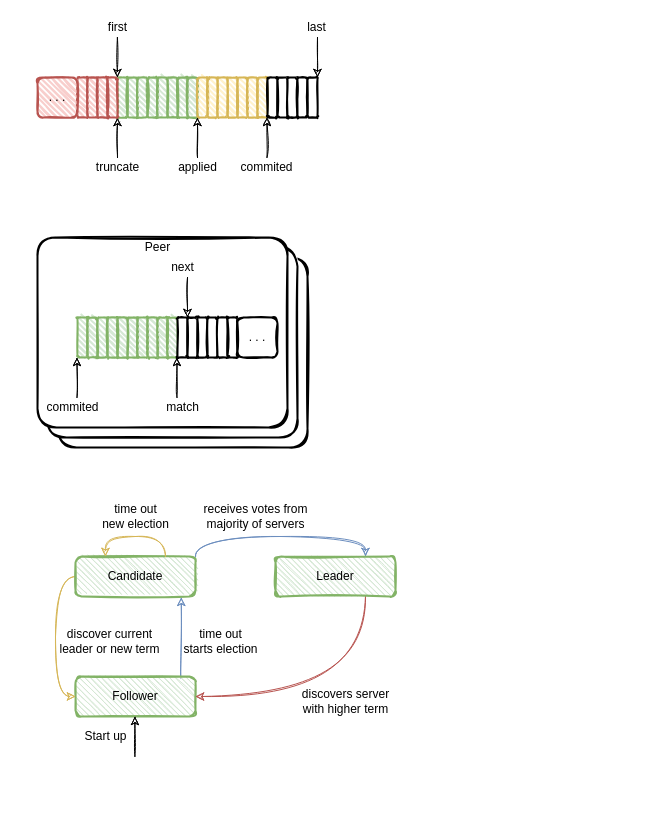
Earlier version of the draw.io diagram consensus/raft.drawio (EarthWind/deeparch). Source tidied: cells renumbered, new cells numbered last; positions are measured from the earlier drawing's top-left corner, leaving out a move shared by most shapes. Both pictures are drawn from the tidied source at 100%, with x=0, y=0 at pixel (37, 17).
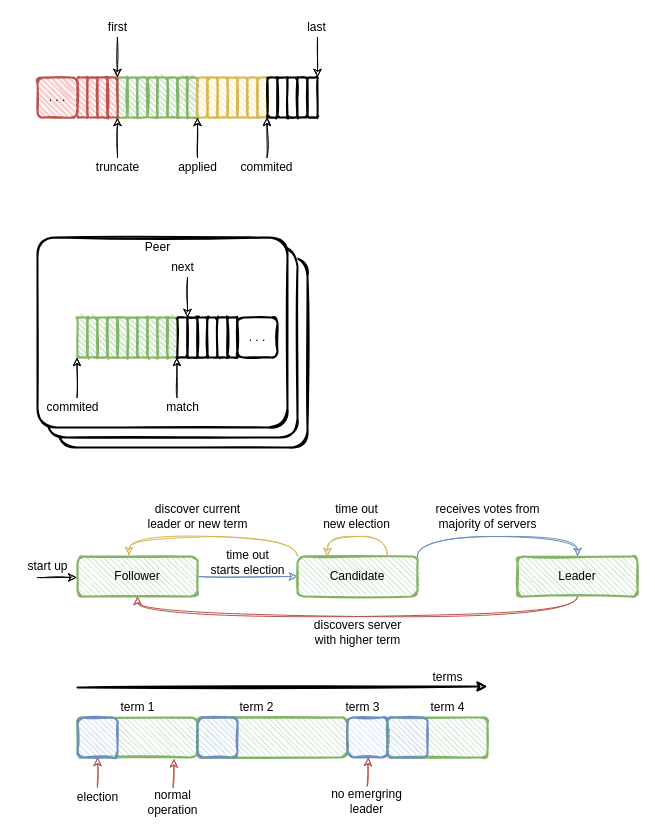
The same page after the edit.

Diff of the diagram source:
```diff
@@
+    <mxCell id="79" style="rounded=1;whiteSpace=wrap;html=1;strokeWidth=2;fillWeight=1;hachureGap=4;hachureAngle=45;fillColor=#d5e8d4;sketch=1;fontSize=12;strokeColor=#82b366;" parent="1" vertex="1">
+      <mxGeometry x="40" y="700" width="120" height="40" as="geometry" />
+    </mxCell>
@@
-    <mxCell id="64" style="rounded=0;sketch=1;jettySize=auto;html=1;entryX=0.882;entryY=1.021;entryDx=0;entryDy=0;fontSize=12;startArrow=none;startFill=0;endArrow=classic;endFill=1;entryPerimeter=0;exitX=0.877;exitY=0.036;exitDx=0;exitDy=0;exitPerimeter=0;fillColor=#dae8fc;strokeColor=#6c8ebf;" parent="1" edge="1" source="65" target="68">
+    <mxCell id="64" style="rounded=0;sketch=1;jettySize=auto;html=1;fontSize=12;startArrow=none;startFill=0;endArrow=classic;endFill=1;exitX=1;exitY=0.5;exitDx=0;exitDy=0;fillColor=#dae8fc;strokeColor=#6c8ebf;entryX=0;entryY=0.5;entryDx=0;entryDy=0;" parent="1" edge="1" source="65" target="68">
       <mxGeometry relative="1" as="geometry" />
     </mxCell>
     <mxCell id="65" value="Follower" style="rounded=1;whiteSpace=wrap;html=1;strokeWidth=2;fillWeight=1;hachureGap=4;hachureAngle=45;fillColor=#d5e8d4;sketch=1;fontSize=12;strokeColor=#82b366;" parent="1" vertex="1">
-      <mxGeometry x="38" y="659" width="120" height="40" as="geometry" />
+      <mxGeometry x="40" y="539" width="120" height="40" as="geometry" />
     </mxCell>
-    <mxCell id="66" style="edgeStyle=orthogonalEdgeStyle;curved=1;rounded=0;sketch=1;jettySize=auto;html=1;entryX=0;entryY=0.5;entryDx=0;entryDy=0;fontSize=12;startArrow=none;startFill=0;endArrow=classic;endFill=1;exitX=0;exitY=0.5;exitDx=0;exitDy=0;fillColor=#fff2cc;strokeColor=#d6b656;" parent="1" edge="1" source="68" target="65">
+    <mxCell id="66" style="edgeStyle=orthogonalEdgeStyle;curved=1;rounded=0;sketch=1;jettySize=auto;html=1;entryX=0.43;entryY=-0.025;entryDx=0;entryDy=0;fontSize=12;startArrow=none;startFill=0;endArrow=classic;endFill=1;exitX=0;exitY=0;exitDx=0;exitDy=0;fillColor=#fff2cc;strokeColor=#d6b656;entryPerimeter=0;" parent="1" edge="1" source="68" target="65">
       <mxGeometry relative="1" as="geometry" />
     </mxCell>
-    <mxCell id="67" style="edgeStyle=orthogonalEdgeStyle;curved=1;rounded=0;sketch=1;jettySize=auto;html=1;entryX=0.75;entryY=0;entryDx=0;entryDy=0;fontSize=12;startArrow=none;startFill=0;endArrow=classic;endFill=1;exitX=1;exitY=0;exitDx=0;exitDy=0;fillColor=#dae8fc;strokeColor=#6c8ebf;" parent="1" edge="1" source="68" target="70">
+    <mxCell id="67" style="edgeStyle=orthogonalEdgeStyle;curved=1;rounded=0;sketch=1;jettySize=auto;html=1;entryX=0.5;entryY=0;entryDx=0;entryDy=0;fontSize=12;startArrow=none;startFill=0;endArrow=classic;endFill=1;exitX=1;exitY=0;exitDx=0;exitDy=0;fillColor=#dae8fc;strokeColor=#6c8ebf;" parent="1" edge="1" source="68" target="70">
       <mxGeometry relative="1" as="geometry" />
     </mxCell>
     <mxCell id="68" value="Candidate" style="rounded=1;whiteSpace=wrap;html=1;strokeWidth=2;fillWeight=1;hachureGap=4;hachureAngle=45;fillColor=#d5e8d4;sketch=1;fontSize=12;strokeColor=#82b366;" parent="1" vertex="1">
-      <mxGeometry x="38" y="539" width="120" height="40" as="geometry" />
+      <mxGeometry x="260" y="539" width="120" height="40" as="geometry" />
     </mxCell>
-    <mxCell id="69" style="edgeStyle=orthogonalEdgeStyle;curved=1;rounded=0;sketch=1;jettySize=auto;html=1;entryX=1;entryY=0.5;entryDx=0;entryDy=0;fontSize=12;startArrow=none;startFill=0;endArrow=classic;endFill=1;exitX=0.75;exitY=1;exitDx=0;exitDy=0;fillColor=#f8cecc;strokeColor=#b85450;" parent="1" edge="1" source="70" target="65">
+    <mxCell id="69" style="edgeStyle=orthogonalEdgeStyle;curved=1;rounded=0;sketch=1;jettySize=auto;html=1;entryX=0.5;entryY=1;entryDx=0;entryDy=0;fontSize=12;startArrow=none;startFill=0;endArrow=classic;endFill=1;exitX=0.5;exitY=1;exitDx=0;exitDy=0;fillColor=#f8cecc;strokeColor=#b85450;" parent="1" edge="1" source="70" target="65">
       <mxGeometry relative="1" as="geometry" />
     </mxCell>
     <mxCell id="70" value="Leader" style="rounded=1;whiteSpace=wrap;html=1;strokeWidth=2;fillWeight=1;hachureGap=4;hachureAngle=45;fillColor=#d5e8d4;sketch=1;fontSize=12;strokeColor=#82b366;" parent="1" vertex="1">
-      <mxGeometry x="238" y="539" width="120" height="40" as="geometry" />
+      <mxGeometry x="480" y="539" width="120" height="40" as="geometry" />
     </mxCell>
     <mxCell id="71" style="endArrow=classic;html=1;fontSize=12;sketch=1;" parent="1" edge="1">
       <mxGeometry relative="1" as="geometry">
-        <mxPoint x="97.4" y="739" as="sourcePoint" />
-        <mxPoint x="97.4" y="699" as="targetPoint" />
+        <mxPoint y="560" as="sourcePoint" />
+        <mxPoint x="39.4" y="560" as="targetPoint" />
       </mxGeometry>
     </mxCell>
-    <mxCell id="72" value="Start up" style="text;html=1;align=center;verticalAlign=middle;strokeColor=none;fillColor=none;fontSize=12;" parent="1" vertex="1">
-      <mxGeometry x="38" y="709" width="60" height="20" as="geometry" />
+    <mxCell id="72" value="start up" style="text;html=1;align=center;verticalAlign=middle;strokeColor=none;fillColor=none;fontSize=12;" parent="1" vertex="1">
+      <mxGeometry x="-20" y="539" width="60" height="20" as="geometry" />
     </mxCell>
     <mxCell id="73" value="time out&lt;br&gt;starts election" style="text;html=1;align=center;verticalAlign=middle;strokeColor=none;fillColor=none;fontSize=12;" parent="1" vertex="1">
-      <mxGeometry x="138" y="609" width="90" height="30" as="geometry" />
+      <mxGeometry x="165" y="530" width="90" height="30" as="geometry" />
     </mxCell>
     <mxCell id="74" value="discover current&lt;br&gt;leader or new term" style="text;html=1;align=center;verticalAlign=middle;strokeColor=none;fillColor=none;fontSize=12;" parent="1" vertex="1">
-      <mxGeometry x="12" y="609" width="120" height="30" as="geometry" />
+      <mxGeometry x="100" y="484" width="120" height="30" as="geometry" />
     </mxCell>
     <mxCell id="75" style="rounded=0;sketch=1;orthogonalLoop=1;jettySize=auto;html=1;entryX=0.75;entryY=0;entryDx=0;entryDy=0;fontSize=12;startArrow=classic;startFill=1;endArrow=none;endFill=0;exitX=0.25;exitY=0;exitDx=0;exitDy=0;edgeStyle=orthogonalEdgeStyle;elbow=vertical;curved=1;fillColor=#fff2cc;strokeColor=#d6b656;" parent="1" edge="1" source="68" target="68">
       <mxGeometry relative="1" as="geometry">
         <Array as="points">
-          <mxPoint x="68" y="519" />
-          <mxPoint x="128" y="519" />
+          <mxPoint x="290" y="519" />
+          <mxPoint x="350" y="519" />
         </Array>
       </mxGeometry>
     </mxCell>
     <mxCell id="76" value="time out&lt;br&gt;new election" style="text;html=1;align=center;verticalAlign=middle;strokeColor=none;fillColor=none;fontSize=12;" parent="1" vertex="1">
-      <mxGeometry x="58" y="484" width="80" height="30" as="geometry" />
+      <mxGeometry x="279" y="484" width="80" height="30" as="geometry" />
     </mxCell>
     <mxCell id="77" value="receives votes from&lt;br&gt;majority of servers" style="text;html=1;align=center;verticalAlign=middle;strokeColor=none;fillColor=none;fontSize=12;" parent="1" vertex="1">
-      <mxGeometry x="158" y="484" width="120" height="30" as="geometry" />
+      <mxGeometry x="390" y="484" width="120" height="30" as="geometry" />
     </mxCell>
     <mxCell id="78" value="discovers server&lt;br&gt;with higher term" style="text;html=1;align=center;verticalAlign=middle;strokeColor=none;fillColor=none;fontSize=12;" parent="1" vertex="1">
-      <mxGeometry x="258" y="669" width="100" height="30" as="geometry" />
+      <mxGeometry x="270" y="600" width="100" height="30" as="geometry" />
     </mxCell>
+    <mxCell id="80" style="rounded=1;whiteSpace=wrap;html=1;strokeWidth=2;fillWeight=1;hachureGap=4;hachureAngle=45;fillColor=#dae8fc;sketch=1;fontSize=12;strokeColor=#6c8ebf;" parent="1" vertex="1">
+      <mxGeometry x="40" y="700" width="40" height="40" as="geometry" />
+    </mxCell>
+    <mxCell id="81" value="term 1" style="text;html=1;align=center;verticalAlign=middle;strokeColor=none;fillColor=none;fontSize=12;" parent="1" vertex="1">
+      <mxGeometry x="75" y="680" width="50" height="20" as="geometry" />
+    </mxCell>
+    <mxCell id="82" style="edgeStyle=none;rounded=0;sketch=1;jettySize=auto;html=1;entryX=0.5;entryY=1;entryDx=0;entryDy=0;fontSize=12;startArrow=none;startFill=0;endArrow=classic;endFill=1;fillColor=#f8cecc;strokeColor=#b85450;" parent="1" edge="1" source="83" target="80">
+      <mxGeometry relative="1" as="geometry" />
+    </mxCell>
+    <mxCell id="83" value="election" style="text;html=1;align=center;verticalAlign=middle;points=[];strokeColor=none;fillColor=none;fontSize=12;" parent="1" vertex="1">
+      <mxGeometry x="30" y="770" width="60" height="20" as="geometry" />
+    </mxCell>
+    <mxCell id="84" style="edgeStyle=none;rounded=0;sketch=1;jettySize=auto;html=1;entryX=0.806;entryY=1.036;entryDx=0;entryDy=0;entryPerimeter=0;fontSize=12;startArrow=none;startFill=0;endArrow=classic;endFill=1;fillColor=#f8cecc;strokeColor=#b85450;" parent="1" edge="1" source="85" target="79">
+      <mxGeometry relative="1" as="geometry" />
+    </mxCell>
+    <mxCell id="85" value="normal&lt;br&gt;operation" style="text;html=1;align=center;verticalAlign=middle;points=[];strokeColor=none;fillColor=none;fontSize=12;" parent="1" vertex="1">
+      <mxGeometry x="100" y="770" width="70" height="30" as="geometry" />
+    </mxCell>
+    <mxCell id="86" style="rounded=1;whiteSpace=wrap;html=1;strokeWidth=2;fillWeight=1;hachureGap=4;hachureAngle=45;fillColor=#d5e8d4;sketch=1;fontSize=12;strokeColor=#82b366;" parent="1" vertex="1">
+      <mxGeometry x="160" y="700" width="150" height="40" as="geometry" />
+    </mxCell>
+    <mxCell id="87" style="rounded=1;whiteSpace=wrap;html=1;strokeWidth=2;fillWeight=1;hachureGap=4;hachureAngle=45;fillColor=#dae8fc;sketch=1;fontSize=12;strokeColor=#6c8ebf;" parent="1" vertex="1">
+      <mxGeometry x="160" y="700" width="40" height="40" as="geometry" />
+    </mxCell>
+    <mxCell id="88" value="term 2" style="text;html=1;align=center;verticalAlign=middle;strokeColor=none;fillColor=none;fontSize=12;" parent="1" vertex="1">
+      <mxGeometry x="194" y="680" width="50" height="20" as="geometry" />
+    </mxCell>
+    <mxCell id="89" style="rounded=1;whiteSpace=wrap;html=1;strokeWidth=2;fillWeight=1;hachureGap=4;hachureAngle=45;fillColor=#dae8fc;sketch=1;fontSize=12;strokeColor=#6c8ebf;" parent="1" vertex="1">
+      <mxGeometry x="310" y="700" width="40" height="40" as="geometry" />
+    </mxCell>
+    <mxCell id="90" style="rounded=1;whiteSpace=wrap;html=1;strokeWidth=2;fillWeight=1;hachureGap=4;hachureAngle=45;fillColor=#d5e8d4;sketch=1;fontSize=12;strokeColor=#82b366;" parent="1" vertex="1">
+      <mxGeometry x="350" y="700" width="100" height="40" as="geometry" />
+    </mxCell>
+    <mxCell id="91" style="rounded=1;whiteSpace=wrap;html=1;strokeWidth=2;fillWeight=1;hachureGap=4;hachureAngle=45;fillColor=#dae8fc;sketch=1;fontSize=12;strokeColor=#6c8ebf;" parent="1" vertex="1">
+      <mxGeometry x="350" y="700" width="40" height="40" as="geometry" />
+    </mxCell>
+    <mxCell id="92" value="term 4" style="text;html=1;align=center;verticalAlign=middle;strokeColor=none;fillColor=none;fontSize=12;" parent="1" vertex="1">
+      <mxGeometry x="385" y="680" width="50" height="20" as="geometry" />
+    </mxCell>
+    <mxCell id="93" value="term 3" style="text;html=1;align=center;verticalAlign=middle;strokeColor=none;fillColor=none;fontSize=12;" parent="1" vertex="1">
+      <mxGeometry x="300" y="680" width="50" height="20" as="geometry" />
+    </mxCell>
+    <mxCell id="94" style="edgeStyle=none;rounded=0;sketch=1;jettySize=auto;html=1;entryX=0.806;entryY=1.036;entryDx=0;entryDy=0;entryPerimeter=0;fontSize=12;startArrow=none;startFill=0;endArrow=classic;endFill=1;fillColor=#f8cecc;strokeColor=#b85450;" parent="1" edge="1" source="95">
+      <mxGeometry relative="1" as="geometry">
+        <mxPoint x="330.7" y="740" as="targetPoint" />
+      </mxGeometry>
+    </mxCell>
+    <mxCell id="95" value="no emergring&lt;br&gt;leader" style="text;html=1;align=center;verticalAlign=middle;points=[];strokeColor=none;fillColor=none;fontSize=12;" parent="1" vertex="1">
+      <mxGeometry x="284" y="768.6" width="90" height="30" as="geometry" />
+    </mxCell>
+    <mxCell id="96" style="endArrow=classic;html=1;fontSize=12;sketch=1;strokeWidth=2;shadow=0;" parent="1" edge="1">
+      <mxGeometry relative="1" as="geometry">
+        <mxPoint x="40" y="670" as="sourcePoint" />
+        <mxPoint x="450" y="669" as="targetPoint" />
+      </mxGeometry>
+    </mxCell>
+    <mxCell id="97" value="terms" style="text;html=1;align=center;verticalAlign=middle;strokeColor=none;fillColor=none;fontSize=12;" parent="1" vertex="1">
+      <mxGeometry x="385" y="650" width="50" height="20" as="geometry" />
+    </mxCell>
```
